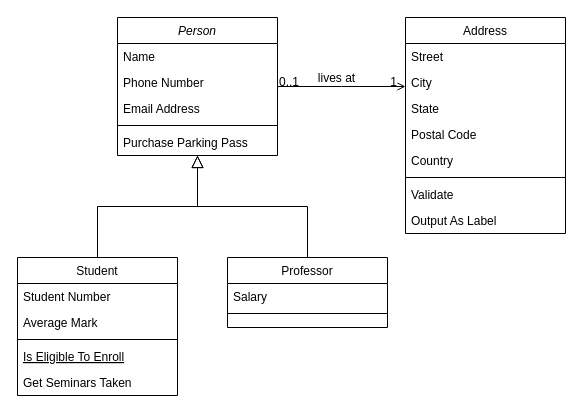
Before: ADSI Pert 6.drawio in irfanshow/UML, a draw.io diagram. Source tidied: cells renumbered, new cells numbered last; positions are measured from the earlier drawing's top-left corner, leaving out a move shared by most shapes. Both pictures are drawn from the tidied source at 100%, with x=0, y=0 at pixel (17, 17).
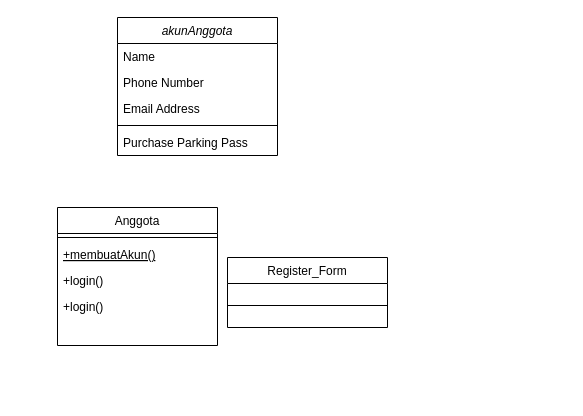
The same diagram, later.

Change to the diagram source:
```diff
@@
-    <mxCell id="2" value="Person" style="swimlane;fontStyle=2;align=center;verticalAlign=top;horizontal=1;startSize=26;rounded=0;shadow=0;strokeWidth=1;" parent="1" vertex="1">
+    <mxCell id="2" value="akunAnggota" style="swimlane;fontStyle=2;align=center;verticalAlign=top;horizontal=1;startSize=26;rounded=0;shadow=0;strokeWidth=1;" parent="1" vertex="1">
       <mxGeometry x="100" width="160" height="138" as="geometry" />
     </mxCell>
@@
-    <mxCell id="8" value="Student" style="swimlane;fontStyle=0;align=center;verticalAlign=top;horizontal=1;startSize=26;rounded=0;shadow=0;strokeWidth=1;" parent="1" vertex="1">
-      <mxGeometry y="240" width="160" height="138" as="geometry" />
+    <mxCell id="8" value="Anggota" style="swimlane;fontStyle=0;align=center;verticalAlign=top;horizontal=1;startSize=26;rounded=0;shadow=0;strokeWidth=1;" parent="1" vertex="1">
+      <mxGeometry x="40" y="190" width="160" height="138" as="geometry" />
     </mxCell>
-    <mxCell id="9" value="Student Number" style="text;align=left;verticalAlign=top;spacingLeft=4;spacingRight=4;overflow=hidden;" parent="8" vertex="1">
-      <mxGeometry y="26" width="160" height="26" as="geometry" />
-    </mxCell>
-    <mxCell id="10" value="Average Mark" style="text;align=left;verticalAlign=top;spacingLeft=4;spacingRight=4;overflow=hidden;rounded=0;shadow=0;html=0;" parent="8" vertex="1">
-      <mxGeometry y="52" width="160" height="26" as="geometry" />
-    </mxCell>
     <mxCell id="11" style="line;html=1;strokeWidth=1;align=left;verticalAlign=middle;spacingTop=-1;spacingLeft=3;spacingRight=3;labelPosition=right;" parent="8" vertex="1">
-      <mxGeometry y="78" width="160" height="8" as="geometry" />
+      <mxGeometry y="26" width="160" height="8" as="geometry" />
     </mxCell>
-    <mxCell id="12" value="Is Eligible To Enroll" style="text;align=left;verticalAlign=top;spacingLeft=4;spacingRight=4;overflow=hidden;fontStyle=4;" parent="8" vertex="1">
-      <mxGeometry y="86" width="160" height="26" as="geometry" />
+    <mxCell id="12" value="+membuatAkun()" style="text;align=left;verticalAlign=top;spacingLeft=4;spacingRight=4;overflow=hidden;fontStyle=4;" parent="8" vertex="1">
+      <mxGeometry y="34" width="160" height="26" as="geometry" />
     </mxCell>
-    <mxCell id="13" value="Get Seminars Taken" style="text;align=left;verticalAlign=top;spacingLeft=4;spacingRight=4;overflow=hidden;" parent="8" vertex="1">
-      <mxGeometry y="112" width="160" height="26" as="geometry" />
+    <mxCell id="13" value="+login() " style="text;align=left;verticalAlign=top;spacingLeft=4;spacingRight=4;overflow=hidden;" parent="8" vertex="1">
+      <mxGeometry y="60" width="160" height="26" as="geometry" />
     </mxCell>
-    <mxCell id="14" style="endArrow=block;endSize=10;endFill=0;shadow=0;strokeWidth=1;rounded=0;edgeStyle=elbowEdgeStyle;elbow=vertical;" parent="1" edge="1" source="8" target="2">
-      <mxGeometry relative="1" as="geometry" />
-    </mxCell>
+    <mxCell id="32" value="+login() " style="text;align=left;verticalAlign=top;spacingLeft=4;spacingRight=4;overflow=hidden;" parent="8" vertex="1">
+      <mxGeometry y="86" width="160" height="26" as="geometry" />
+    </mxCell>
-    <mxCell id="15" value="Professor" style="swimlane;fontStyle=0;align=center;verticalAlign=top;horizontal=1;startSize=26;rounded=0;shadow=0;strokeWidth=1;" parent="1" vertex="1">
+    <mxCell id="15" value="Register_Form" style="swimlane;fontStyle=0;align=center;verticalAlign=top;horizontal=1;startSize=26;rounded=0;shadow=0;strokeWidth=1;" parent="1" vertex="1">
       <mxGeometry x="210" y="240" width="160" height="70" as="geometry" />
     </mxCell>
-    <mxCell id="16" value="Salary" style="text;align=left;verticalAlign=top;spacingLeft=4;spacingRight=4;overflow=hidden;" parent="15" vertex="1">
-      <mxGeometry y="26" width="160" height="26" as="geometry" />
-    </mxCell>
     <mxCell id="17" style="line;html=1;strokeWidth=1;align=left;verticalAlign=middle;spacingTop=-1;spacingLeft=3;spacingRight=3;labelPosition=right;" parent="15" vertex="1">
-      <mxGeometry y="52" width="160" height="8" as="geometry" />
+      <mxGeometry y="26" width="160" height="44" as="geometry" />
     </mxCell>
-    <mxCell id="18" style="endArrow=block;endSize=10;endFill=0;shadow=0;strokeWidth=1;rounded=0;edgeStyle=elbowEdgeStyle;elbow=vertical;" parent="1" edge="1" source="15" target="2">
-      <mxGeometry relative="1" as="geometry" />
-    </mxCell>
-    <mxCell id="19" value="Address" style="swimlane;fontStyle=0;align=center;verticalAlign=top;horizontal=1;startSize=26;rounded=0;shadow=0;strokeWidth=1;" parent="1" vertex="1">
-      <mxGeometry x="388" width="160" height="216" as="geometry" />
-    </mxCell>
-    <mxCell id="20" value="Street" style="text;align=left;verticalAlign=top;spacingLeft=4;spacingRight=4;overflow=hidden;" parent="19" vertex="1">
-      <mxGeometry y="26" width="160" height="26" as="geometry" />
-    </mxCell>
-    <mxCell id="21" value="City" style="text;align=left;verticalAlign=top;spacingLeft=4;spacingRight=4;overflow=hidden;rounded=0;shadow=0;html=0;" parent="19" vertex="1">
-      <mxGeometry y="52" width="160" height="26" as="geometry" />
-    </mxCell>
-    <mxCell id="22" value="State" style="text;align=left;verticalAlign=top;spacingLeft=4;spacingRight=4;overflow=hidden;rounded=0;shadow=0;html=0;" parent="19" vertex="1">
-      <mxGeometry y="78" width="160" height="26" as="geometry" />
-    </mxCell>
-    <mxCell id="23" value="Postal Code" style="text;align=left;verticalAlign=top;spacingLeft=4;spacingRight=4;overflow=hidden;rounded=0;shadow=0;html=0;" parent="19" vertex="1">
-      <mxGeometry y="104" width="160" height="26" as="geometry" />
-    </mxCell>
-    <mxCell id="24" value="Country" style="text;align=left;verticalAlign=top;spacingLeft=4;spacingRight=4;overflow=hidden;rounded=0;shadow=0;html=0;" parent="19" vertex="1">
-      <mxGeometry y="130" width="160" height="26" as="geometry" />
-    </mxCell>
-    <mxCell id="25" style="line;html=1;strokeWidth=1;align=left;verticalAlign=middle;spacingTop=-1;spacingLeft=3;spacingRight=3;labelPosition=right;" parent="19" vertex="1">
-      <mxGeometry y="156" width="160" height="8" as="geometry" />
-    </mxCell>
-    <mxCell id="26" value="Validate" style="text;align=left;verticalAlign=top;spacingLeft=4;spacingRight=4;overflow=hidden;" parent="19" vertex="1">
-      <mxGeometry y="164" width="160" height="26" as="geometry" />
-    </mxCell>
-    <mxCell id="27" value="Output As Label" style="text;align=left;verticalAlign=top;spacingLeft=4;spacingRight=4;overflow=hidden;" parent="19" vertex="1">
-      <mxGeometry y="190" width="160" height="26" as="geometry" />
-    </mxCell>
-    <mxCell id="28" style="endArrow=open;shadow=0;strokeWidth=1;rounded=0;endFill=1;edgeStyle=elbowEdgeStyle;elbow=vertical;" parent="1" edge="1" source="2" target="19">
-      <mxGeometry x="0.5" y="41" relative="1" as="geometry">
-        <mxPoint x="-40" y="32" as="offset" />
-      </mxGeometry>
-    </mxCell>
-    <mxCell id="29" value="0..1" style="align=left;verticalAlign=bottom;labelBackgroundColor=none;fontSize=12;" parent="28" vertex="1">
-      <mxGeometry x="-1" relative="1" as="geometry">
-        <mxPoint y="4" as="offset" />
-      </mxGeometry>
-    </mxCell>
-    <mxCell id="30" value="1" style="align=right;verticalAlign=bottom;labelBackgroundColor=none;fontSize=12;" parent="28" vertex="1">
-      <mxGeometry x="1" relative="1" as="geometry">
-        <mxPoint x="-7" y="4" as="offset" />
-      </mxGeometry>
-    </mxCell>
-    <mxCell id="31" value="lives at" style="text;html=1;align=center;verticalAlign=middle;labelBackgroundColor=none;rounded=0;shadow=0;strokeWidth=1;fontSize=12;" parent="28" vertex="1">
-      <mxGeometry x="0.5" y="49" relative="1" as="geometry">
-        <mxPoint x="-38" y="40" as="offset" />
-      </mxGeometry>
-    </mxCell>
```
